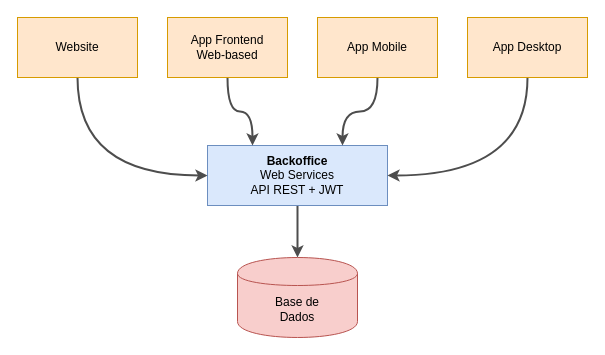
Before: docs/assets/business/business-backoffice.drawio in netuno-org/doc, a draw.io diagram. Source tidied: cells renumbered, new cells numbered last; positions are measured from the earlier drawing's top-left corner, leaving out a move shared by most shapes. Both pictures are drawn from the tidied source at 100%, with x=0, y=0 at pixel (17, 17).
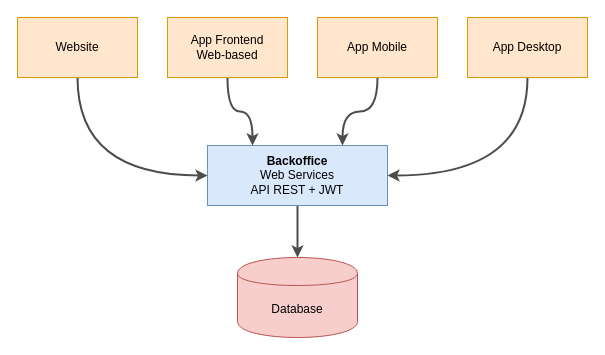
Above is the later version.

Diff of the diagram source:
```diff
@@
 <mxGraphModel>
   <root>
     <mxCell id="0" />
     <mxCell id="1" parent="0" />
-    <mxCell id="2" value="&lt;div&gt;Base de&lt;/div&gt;&lt;div&gt;Dados&lt;br&gt;&lt;/div&gt;" style="shape=cylinder;whiteSpace=wrap;html=1;boundedLbl=1;backgroundOutline=1;fillColor=#f8cecc;strokeColor=#b85450;" parent="1" vertex="1">
+    <mxCell id="2" value="&lt;div&gt;Database&lt;/div&gt;" style="shape=cylinder;whiteSpace=wrap;html=1;boundedLbl=1;backgroundOutline=1;fillColor=#f8cecc;strokeColor=#b85450;" parent="1" vertex="1">
       <mxGeometry x="220" y="240" width="120" height="80" as="geometry" />
     </mxCell>
     <mxCell id="3" style="edgeStyle=orthogonalEdgeStyle;curved=1;jettySize=auto;html=1;strokeWidth=2;strokeColor=#4D4D4D;" parent="1" edge="1" source="4" target="2">
       <mxGeometry relative="1" as="geometry" />
     </mxCell>
     <mxCell id="4" value="&lt;div&gt;&lt;b&gt;Backoffice&lt;/b&gt;&lt;/div&gt;&lt;div&gt;Web Services&lt;/div&gt;&lt;div&gt;API REST + JWT&lt;br&gt;&lt;/div&gt;" style="rounded=0;whiteSpace=wrap;html=1;fillColor=#dae8fc;strokeColor=#6c8ebf;" parent="1" vertex="1">
       <mxGeometry x="190" y="128" width="180" height="60" as="geometry" />
     </mxCell>
     <mxCell id="5" style="edgeStyle=orthogonalEdgeStyle;curved=1;jettySize=auto;html=1;entryX=0.25;entryY=0;entryDx=0;entryDy=0;strokeWidth=2;strokeColor=#4D4D4D;" parent="1" edge="1" source="6" target="4">
       <mxGeometry relative="1" as="geometry" />
     </mxCell>
     <mxCell id="6" value="&lt;div&gt;App Frontend&lt;/div&gt;&lt;div&gt;Web-based&lt;/div&gt;" style="rounded=0;whiteSpace=wrap;html=1;fillColor=#ffe6cc;strokeColor=#d79b00;" parent="1" vertex="1">
       <mxGeometry x="150" width="120" height="60" as="geometry" />
     </mxCell>
     <mxCell id="7" style="edgeStyle=orthogonalEdgeStyle;jettySize=auto;html=1;entryX=0.75;entryY=0;entryDx=0;entryDy=0;curved=1;strokeWidth=2;strokeColor=#4D4D4D;" parent="1" edge="1" source="8" target="4">
       <mxGeometry relative="1" as="geometry" />
     </mxCell>
     <mxCell id="8" value="App Mobile" style="rounded=0;whiteSpace=wrap;html=1;fillColor=#ffe6cc;strokeColor=#d79b00;" parent="1" vertex="1">
       <mxGeometry x="300" width="120" height="60" as="geometry" />
     </mxCell>
     <mxCell id="9" style="edgeStyle=orthogonalEdgeStyle;curved=1;jettySize=auto;html=1;entryX=1;entryY=0.5;entryDx=0;entryDy=0;exitX=0.5;exitY=1;exitDx=0;exitDy=0;strokeWidth=2;strokeColor=#4D4D4D;" parent="1" edge="1" source="10" target="4">
       <mxGeometry relative="1" as="geometry" />
     </mxCell>
     <mxCell id="10" value="App Desktop" style="rounded=0;whiteSpace=wrap;html=1;fillColor=#ffe6cc;strokeColor=#d79b00;" parent="1" vertex="1">
       <mxGeometry x="450" width="120" height="60" as="geometry" />
     </mxCell>
     <mxCell id="11" style="edgeStyle=orthogonalEdgeStyle;curved=1;jettySize=auto;html=1;entryX=0;entryY=0.5;entryDx=0;entryDy=0;exitX=0.5;exitY=1;exitDx=0;exitDy=0;strokeWidth=2;strokeColor=#4D4D4D;" parent="1" edge="1" source="12" target="4">
       <mxGeometry relative="1" as="geometry" />
     </mxCell>
     <mxCell id="12" value="Website" style="rounded=0;whiteSpace=wrap;html=1;fillColor=#ffe6cc;strokeColor=#d79b00;" parent="1" vertex="1">
       <mxGeometry width="120" height="60" as="geometry" />
     </mxCell>
   </root>
 </mxGraphModel>
```
